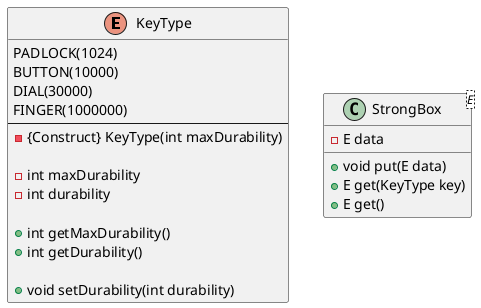
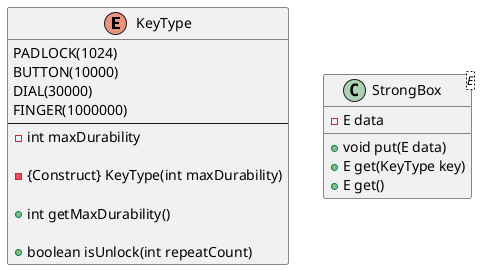
@startuml

enum KeyType {
    PADLOCK(1024)
    BUTTON(10000)
    DIAL(30000)
    FINGER(1000000)
    ---
+     - int maxDurability
+ 
    - {Construct} KeyType(int maxDurability)

-     - int maxDurability
-     - int durability
+     + int getMaxDurability()

-     + int getMaxDurability()
-     + int getDurability()
- 
-     + void setDurability(int durability)
+     + boolean isUnlock(int repeatCount)
}

class StrongBox<E> {
    - E data

    + void put(E data)
    + E get(KeyType key)
    + E get()
}

@enduml